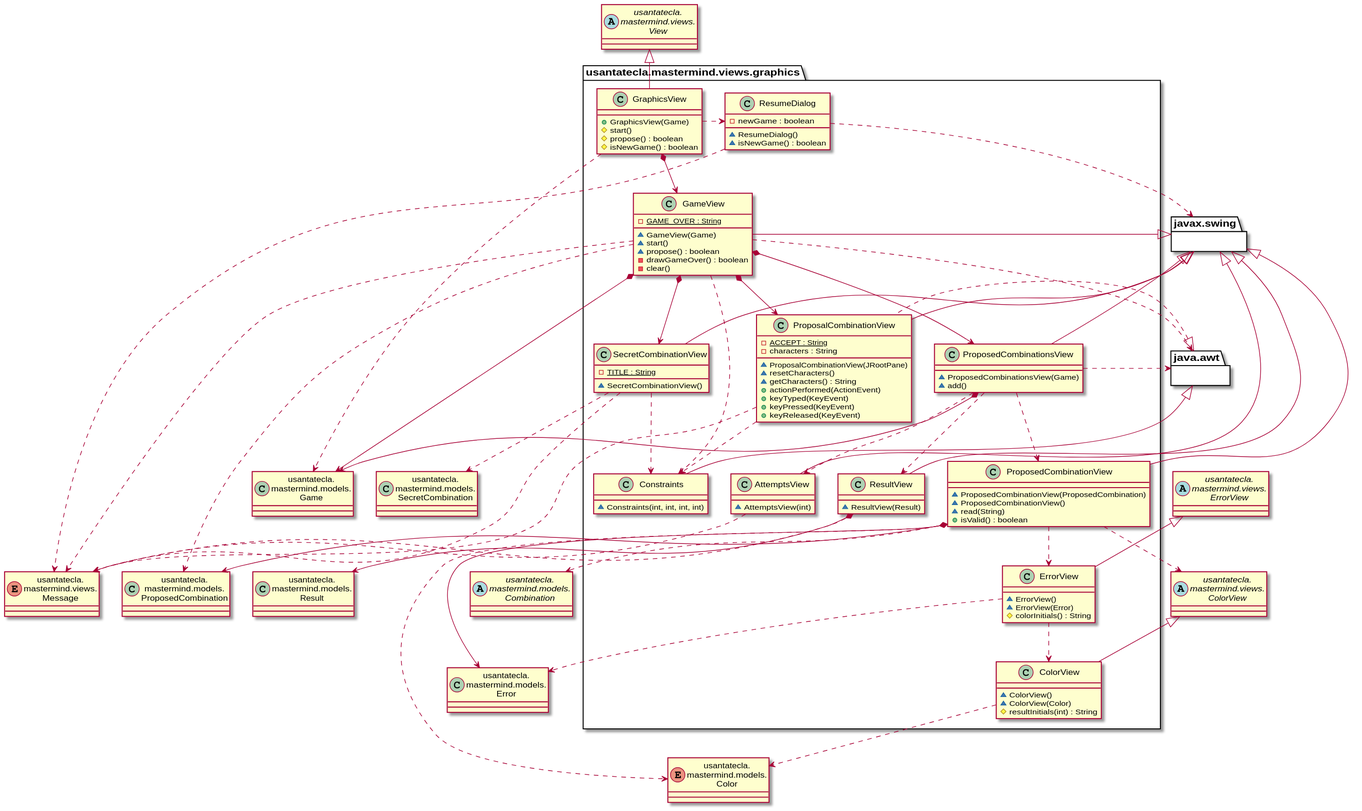
The PlantUML diagram documentView/withoutFactoryMethod/docs/diagrams/out/paquetes/usantatecla.mastermind.views.graphics.svg in SantaTecla-mastermind/solution.java.swing.socket.sql, before a commit.
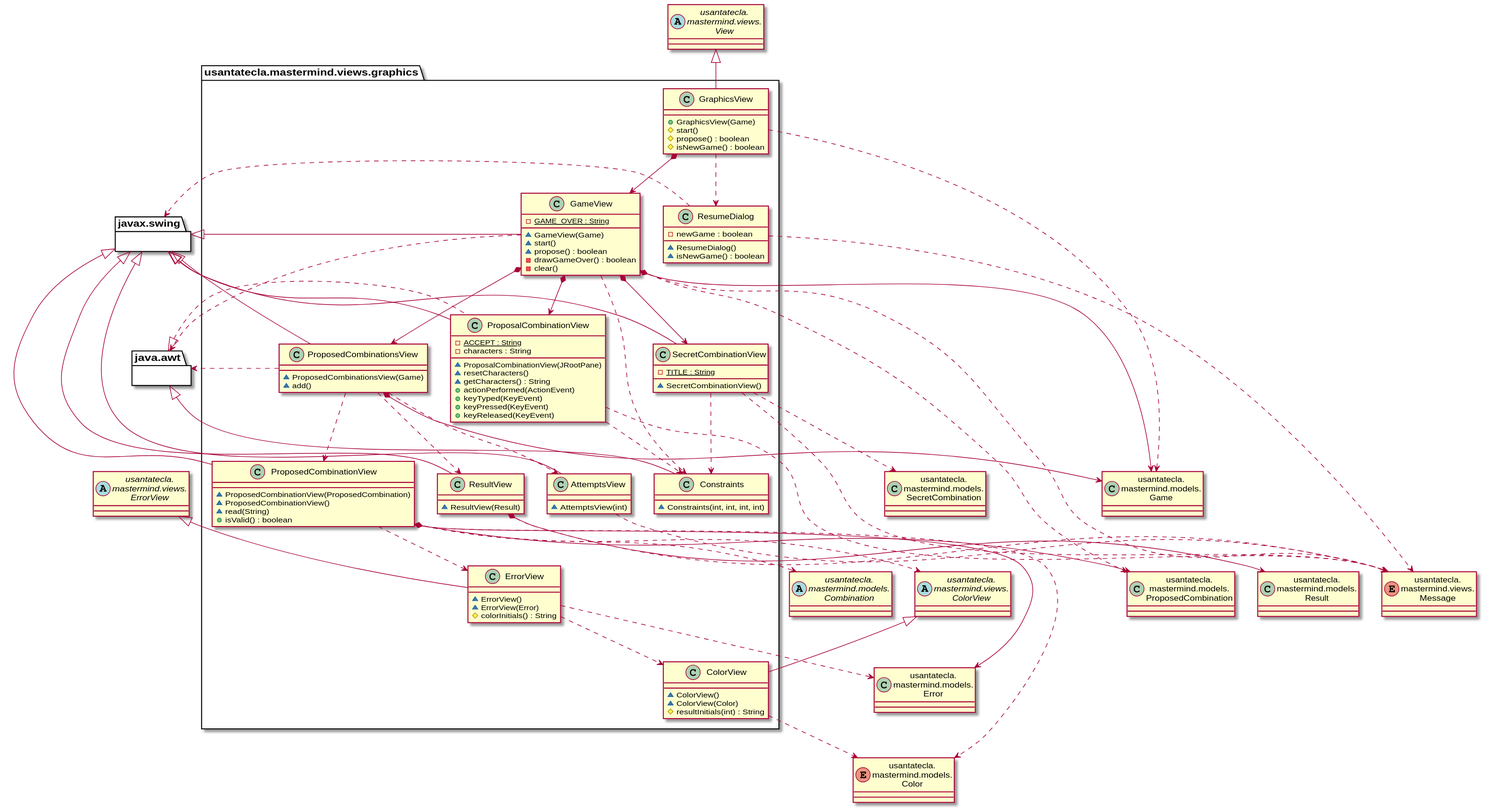
After the change.

Commit message:
[withoutFactory] Pequeño cambio layout del diagrama graphics

Diff of the diagram source:
```diff
@@ -23,7 +23,7 @@
 usantatecla.mastermind.views.graphics.GraphicsView -up-|> View
 usantatecla.mastermind.views.graphics.GraphicsView *-down-> usantatecla.mastermind.views.graphics.GameView
 usantatecla.mastermind.views.graphics.GraphicsView ..> Game
-usantatecla.mastermind.views.graphics.GraphicsView .> usantatecla.mastermind.views.graphics.ResumeDialog
+usantatecla.mastermind.views.graphics.GraphicsView ..> usantatecla.mastermind.views.graphics.ResumeDialog
 
 class usantatecla.mastermind.views.graphics.GameView {
     - {static} GAME_OVER : String
```
